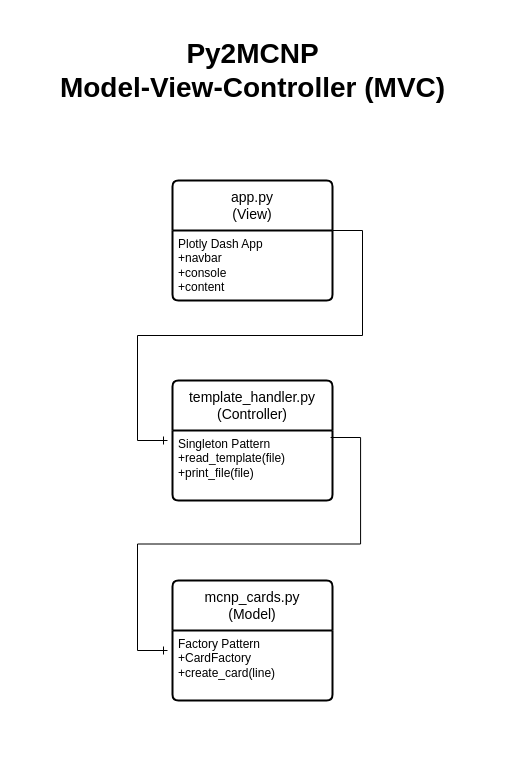
Above: Template_Editor/Diagrams/MVCDiagram.drawio in dbeauch/MUSE (draw.io), before the change. Source tidied: cells renumbered, new cells numbered last; positions are measured from the earlier drawing's top-left corner, leaving out a move shared by most shapes. Both pictures are drawn from the tidied source at 100%, with x=0, y=0 at pixel (167, 50).
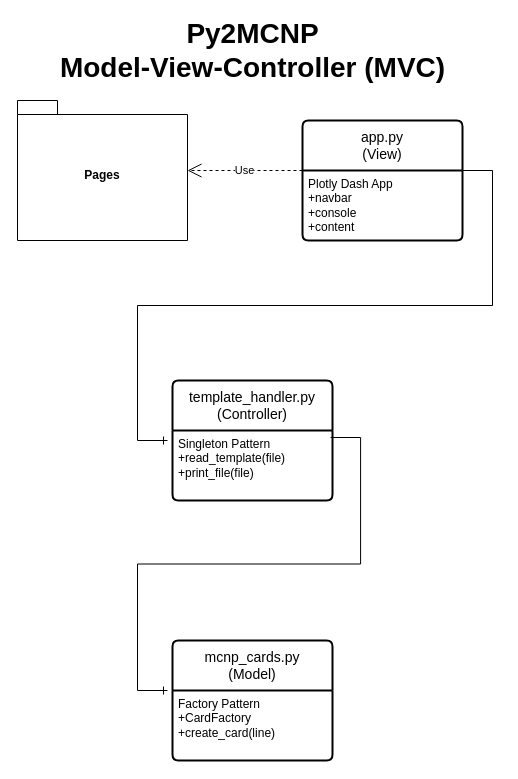
The same page after the edit.

Commit message (it also covers changes not shown here):
updated diagrams; zaid to comment

The edit, as a diff of the source:
```diff
@@
 <mxGraphModel>
   <root>
     <mxCell id="0" />
     <mxCell id="1" parent="0" />
     <mxCell id="2" value="app.py&lt;br&gt;(View)" style="swimlane;horizontal=1;startSize=50;rounded=1;fontSize=14;fontStyle=0;strokeWidth=2;shadow=0;dashed=0;align=center;arcSize=4;whiteSpace=wrap;html=1;" parent="1" vertex="1">
-      <mxGeometry x="5" y="130" width="160" height="120" as="geometry" />
+      <mxGeometry x="135" y="70" width="160" height="120" as="geometry" />
     </mxCell>
     <mxCell id="3" value="Plotly Dash App&lt;br&gt;+navbar&lt;br&gt;+console&lt;br&gt;+content" style="align=left;strokeColor=none;fillColor=none;spacingLeft=4;fontSize=12;verticalAlign=top;html=1;" parent="2" vertex="1">
       <mxGeometry y="50" width="160" height="70" as="geometry" />
     </mxCell>
     <mxCell id="4" value="template_handler.py&lt;br&gt;(Controller)" style="swimlane;horizontal=1;startSize=50;rounded=1;fontSize=14;fontStyle=0;strokeWidth=2;shadow=0;dashed=0;align=center;arcSize=4;whiteSpace=wrap;html=1;" parent="1" vertex="1">
       <mxGeometry x="5" y="330" width="160" height="120" as="geometry" />
     </mxCell>
     <mxCell id="5" style="edgeStyle=entityRelationEdgeStyle;fontSize=12;html=1;endArrow=ERone;endFill=1;rounded=0;exitX=0.988;exitY=0.1;exitDx=0;exitDy=0;exitPerimeter=0;" parent="4" edge="1" source="6">
       <mxGeometry relative="1" as="geometry">
-        <mxPoint x="-5" y="270" as="targetPoint" />
+        <mxPoint x="-5" y="310" as="targetPoint" />
       </mxGeometry>
     </mxCell>
     <mxCell id="6" value="Singleton Pattern&lt;br&gt;+read_template(file)&lt;br&gt;+print_file(file)" style="align=left;strokeColor=none;fillColor=none;spacingLeft=4;fontSize=12;verticalAlign=top;html=1;" parent="4" vertex="1">
       <mxGeometry y="50" width="160" height="70" as="geometry" />
     </mxCell>
     <mxCell id="7" value="mcnp_cards.py&lt;br&gt;(Model)" style="swimlane;horizontal=1;startSize=50;rounded=1;fontSize=14;fontStyle=0;strokeWidth=2;shadow=0;dashed=0;align=center;arcSize=4;whiteSpace=wrap;html=1;" parent="1" vertex="1">
-      <mxGeometry x="5" y="530" width="160" height="120" as="geometry" />
+      <mxGeometry x="5" y="590" width="160" height="120" as="geometry" />
     </mxCell>
     <mxCell id="8" value="Factory Pattern&lt;br&gt;+CardFactory&lt;br&gt;+create_card(line)" style="align=left;strokeColor=none;fillColor=none;spacingLeft=4;fontSize=12;verticalAlign=top;html=1;" parent="7" vertex="1">
       <mxGeometry y="50" width="160" height="70" as="geometry" />
     </mxCell>
     <mxCell id="9" style="edgeStyle=entityRelationEdgeStyle;fontSize=12;html=1;endArrow=ERone;endFill=1;rounded=0;exitX=1;exitY=0;exitDx=0;exitDy=0;" parent="1" edge="1" source="3">
       <mxGeometry relative="1" as="geometry">
         <mxPoint y="390" as="targetPoint" />
       </mxGeometry>
     </mxCell>
     <mxCell id="10" value="Py2MCNP&lt;br style=&quot;font-size: 28px;&quot;&gt;Model-View-Controller (MVC)" style="text;strokeColor=none;fillColor=none;html=1;fontSize=28;fontStyle=1;verticalAlign=middle;align=center;" parent="1" vertex="1">
-      <mxGeometry x="35" width="100" height="40" as="geometry" />
+      <mxGeometry x="35" y="-20" width="100" height="40" as="geometry" />
     </mxCell>
+    <mxCell id="11" value="Pages" style="shape=folder;fontStyle=1;spacingTop=10;tabWidth=40;tabHeight=14;tabPosition=left;html=1;whiteSpace=wrap;" parent="1" vertex="1">
+      <mxGeometry x="-150" y="50" width="170" height="140" as="geometry" />
+    </mxCell>
+    <mxCell id="12" value="Use" style="endArrow=open;endSize=12;dashed=1;html=1;rounded=0;exitX=0;exitY=0;exitDx=0;exitDy=0;" parent="1" edge="1" source="3" target="11">
+      <mxGeometry relative="1" as="geometry" />
+    </mxCell>
   </root>
 </mxGraphModel>
```
